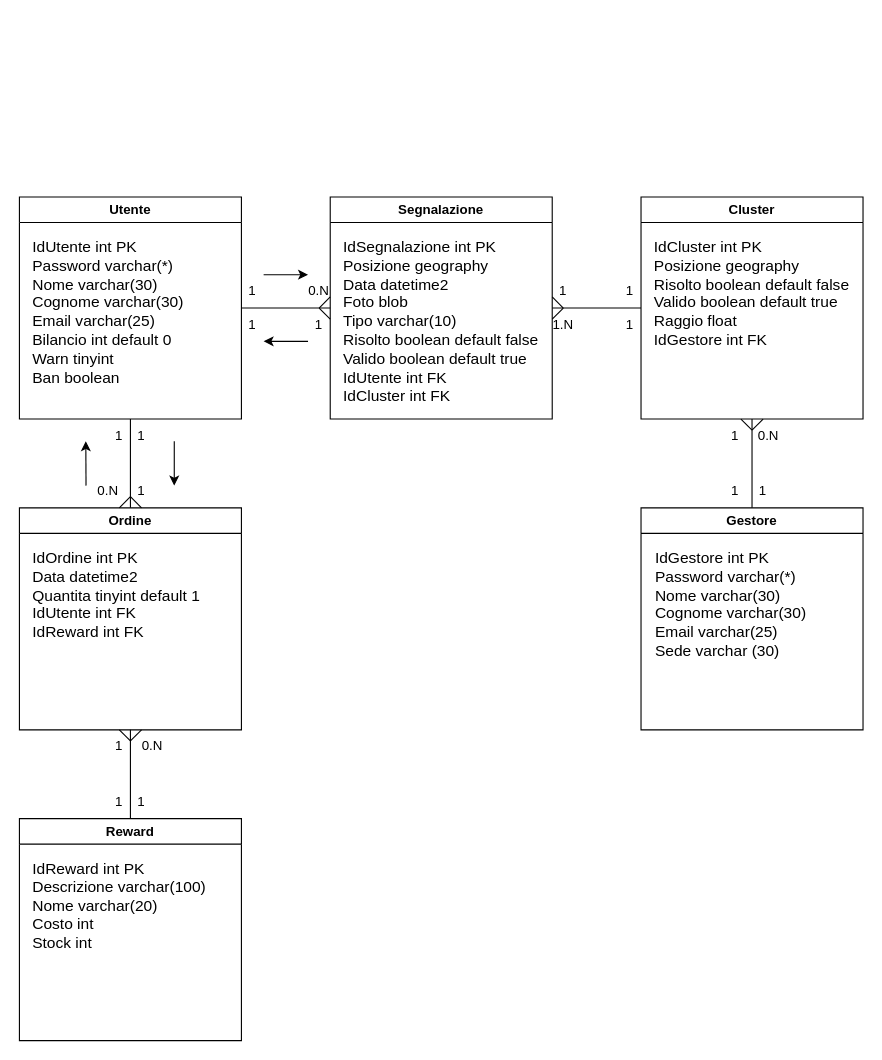
The draw.io diagram Materiale Progettazione/DiagrammaER/Modello.drawio in Gruppo-IS44/Comune-Pulito-bead80e0, before the edit. Source tidied: cells renumbered, new cells numbered last; positions are measured from the earlier drawing's top-left corner, leaving out a move shared by most shapes. Both pictures are drawn from the tidied source at 111%, with x=0, y=0 at pixel (19, 196).
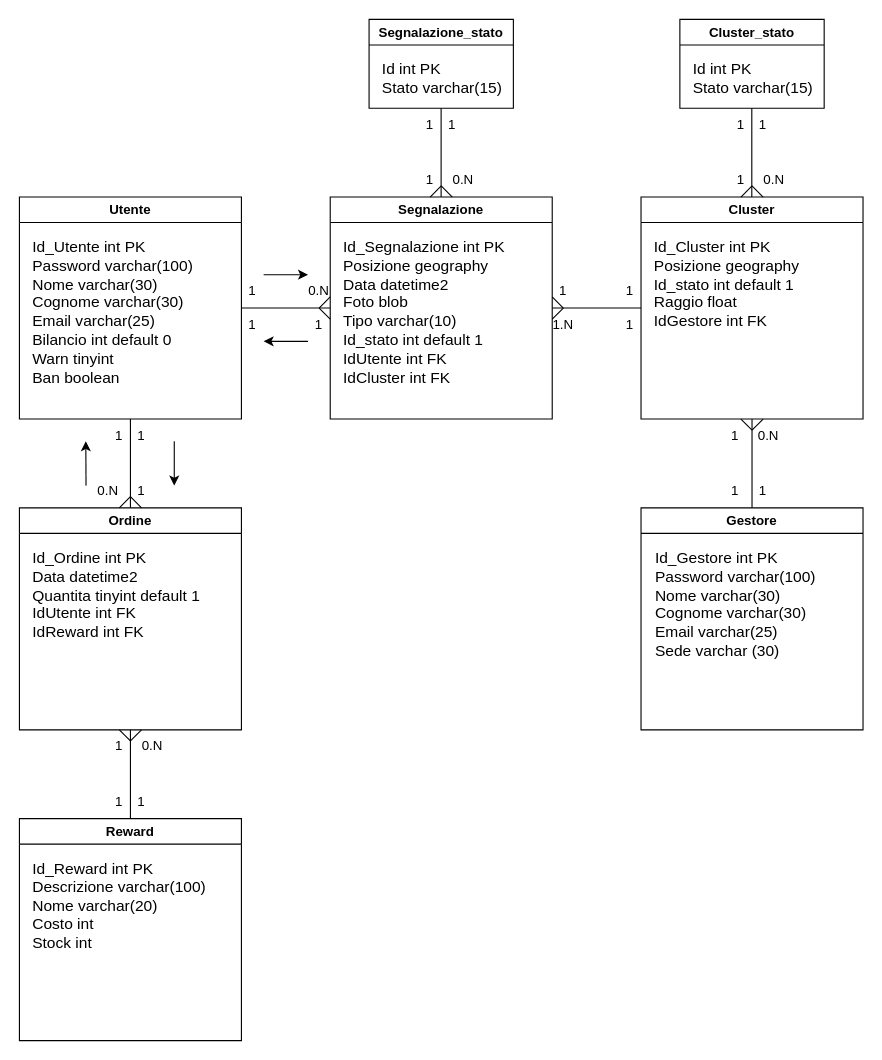
The same diagram, later.

The change refers to these unchanged cells:
```xml
<mxCell id="2" value="Utente" style="swimlane;whiteSpace=wrap;html=1;" parent="1" vertex="1">
  <mxGeometry width="200" height="200" as="geometry" />
</mxCell>
<mxCell id="4" value="Segnalazione" style="swimlane;whiteSpace=wrap;html=1;" parent="1" vertex="1">
  <mxGeometry x="280" width="200" height="200" as="geometry" />
</mxCell>
<mxCell id="6" value="Cluster" style="swimlane;whiteSpace=wrap;html=1;" parent="1" vertex="1">
  <mxGeometry x="560" width="200" height="200" as="geometry" />
</mxCell>
<mxCell id="10" value="Ordine" style="swimlane;whiteSpace=wrap;html=1;" parent="1" vertex="1">
  <mxGeometry y="280" width="200" height="200" as="geometry" />
</mxCell>
<mxCell id="12" value="Reward" style="swimlane;whiteSpace=wrap;html=1;" parent="1" vertex="1">
  <mxGeometry y="560" width="200" height="200" as="geometry" />
</mxCell>
<mxCell id="14" value="Gestore" style="swimlane;whiteSpace=wrap;html=1;" parent="1" vertex="1">
  <mxGeometry x="560" y="280" width="200" height="200" as="geometry" />
</mxCell>
```

Diff of the diagram source:
```diff
@@
-    <mxCell id="3" value="&lt;font style=&quot;font-size: 14px;&quot;&gt;IdUtente int PK&lt;br&gt;Password varchar(*)&lt;br&gt;Nome varchar(30)&lt;br&gt;Cognome varchar(30)&lt;br&gt;Email varchar(25)&lt;br&gt;Bilancio int default 0&lt;br&gt;Warn tinyint&lt;br&gt;Ban boolean&lt;br&gt;&lt;br&gt;&lt;/font&gt;" style="text;html=1;strokeColor=none;fillColor=none;align=left;verticalAlign=top;whiteSpace=wrap;rounded=0;" parent="2" vertex="1">
+    <mxCell id="3" value="&lt;font style=&quot;font-size: 14px;&quot;&gt;Id_Utente int PK&lt;br&gt;Password varchar(100)&lt;br&gt;Nome varchar(30)&lt;br&gt;Cognome varchar(30)&lt;br&gt;Email varchar(25)&lt;br&gt;Bilancio int default 0&lt;br&gt;Warn tinyint&lt;br&gt;Ban boolean&lt;br&gt;&lt;br&gt;&lt;/font&gt;" style="text;html=1;strokeColor=none;fillColor=none;align=left;verticalAlign=top;whiteSpace=wrap;rounded=0;" parent="2" vertex="1">
       <mxGeometry x="10" y="30" width="180" height="160" as="geometry" />
     </mxCell>
@@
-    <mxCell id="5" value="IdSegnalazione int PK&lt;br&gt;Posizione geography&lt;br&gt;Data datetime2&lt;br&gt;Foto blob&lt;br&gt;Tipo varchar(10)&lt;br&gt;Risolto boolean default false&lt;br&gt;Valido boolean default true&lt;br&gt;IdUtente int FK&lt;br&gt;IdCluster int FK" style="text;html=1;strokeColor=none;fillColor=none;align=left;verticalAlign=top;whiteSpace=wrap;rounded=0;fontSize=14;" parent="4" vertex="1">
+    <mxCell id="5" value="Id_Segnalazione int PK&lt;br&gt;Posizione geography&lt;br&gt;Data datetime2&lt;br&gt;Foto blob&lt;br&gt;Tipo varchar(10)&lt;br&gt;Id_stato int default 1&amp;nbsp;&lt;br&gt;IdUtente int FK&lt;br&gt;IdCluster int FK" style="text;html=1;strokeColor=none;fillColor=none;align=left;verticalAlign=top;whiteSpace=wrap;rounded=0;fontSize=14;" parent="4" vertex="1">
       <mxGeometry x="10" y="30" width="180" height="160" as="geometry" />
     </mxCell>
@@
-    <mxCell id="7" value="IdCluster int PK&lt;br&gt;Posizione geography&lt;br&gt;Risolto boolean default false&lt;br&gt;Valido boolean default true&lt;br&gt;Raggio float&lt;br&gt;IdGestore int FK" style="text;html=1;strokeColor=none;fillColor=none;align=left;verticalAlign=top;whiteSpace=wrap;rounded=0;fontSize=14;" parent="6" vertex="1">
+    <mxCell id="7" value="Id_Cluster int PK&lt;br&gt;Posizione geography&lt;br&gt;Id_stato int default 1&lt;br&gt;Raggio float&lt;br&gt;IdGestore int FK" style="text;html=1;strokeColor=none;fillColor=none;align=left;verticalAlign=top;whiteSpace=wrap;rounded=0;fontSize=14;" parent="6" vertex="1">
       <mxGeometry x="10" y="30" width="180" height="160" as="geometry" />
     </mxCell>
@@
+    <mxCell id="53" style="endArrow=none;html=1;rounded=0;" parent="6" edge="1">
+      <mxGeometry relative="1" as="geometry">
+        <mxPoint x="110" as="sourcePoint" />
+        <mxPoint x="100" y="-10" as="targetPoint" />
+      </mxGeometry>
+    </mxCell>
@@
-    <mxCell id="11" value="IdOrdine int PK&lt;br&gt;Data datetime2&lt;br&gt;Quantita tinyint default 1&lt;br&gt;IdUtente int FK&lt;br&gt;IdReward int FK" style="text;html=1;strokeColor=none;fillColor=none;align=left;verticalAlign=top;whiteSpace=wrap;rounded=0;fontSize=14;" parent="10" vertex="1">
+    <mxCell id="11" value="Id_Ordine int PK&lt;br&gt;Data datetime2&lt;br&gt;Quantita tinyint default 1&lt;br&gt;IdUtente int FK&lt;br&gt;IdReward int FK" style="text;html=1;strokeColor=none;fillColor=none;align=left;verticalAlign=top;whiteSpace=wrap;rounded=0;fontSize=14;" parent="10" vertex="1">
       <mxGeometry x="10" y="30" width="180" height="160" as="geometry" />
     </mxCell>
@@
-    <mxCell id="13" value="IdReward int PK&lt;br&gt;Descrizione varchar(100)&lt;br&gt;Nome varchar(20)&lt;br&gt;Costo int&lt;br&gt;Stock int" style="text;html=1;strokeColor=none;fillColor=none;align=left;verticalAlign=top;whiteSpace=wrap;rounded=0;fontSize=14;" parent="12" vertex="1">
+    <mxCell id="13" value="Id_Reward int PK&lt;br&gt;Descrizione varchar(100)&lt;br&gt;Nome varchar(20)&lt;br&gt;Costo int&lt;br&gt;Stock int" style="text;html=1;strokeColor=none;fillColor=none;align=left;verticalAlign=top;whiteSpace=wrap;rounded=0;fontSize=14;" parent="12" vertex="1">
       <mxGeometry x="10" y="30" width="180" height="160" as="geometry" />
     </mxCell>
@@
-    <mxCell id="15" value="IdGestore int PK&lt;br&gt;Password varchar(*)&lt;br&gt;Nome varchar(30)&lt;br&gt;Cognome varchar(30)&lt;br&gt;Email varchar(25)&lt;br&gt;Sede varchar (30)" style="text;html=1;strokeColor=none;fillColor=none;align=left;verticalAlign=top;whiteSpace=wrap;rounded=0;fontSize=14;" parent="14" vertex="1">
+    <mxCell id="15" value="Id_Gestore int PK&lt;br&gt;Password varchar(100)&lt;br&gt;Nome varchar(30)&lt;br&gt;Cognome varchar(30)&lt;br&gt;Email varchar(25)&lt;br&gt;Sede varchar (30)" style="text;html=1;strokeColor=none;fillColor=none;align=left;verticalAlign=top;whiteSpace=wrap;rounded=0;fontSize=14;" parent="14" vertex="1">
       <mxGeometry x="11" y="30" width="180" height="160" as="geometry" />
     </mxCell>
@@
+    <mxCell id="54" value="Segnalazione_stato" style="swimlane;whiteSpace=wrap;html=1;" parent="1" vertex="1">
+      <mxGeometry x="315" y="-160" width="130" height="80" as="geometry" />
+    </mxCell>
+    <mxCell id="55" value="Id int PK&lt;br&gt;Stato varchar(15)" style="text;html=1;strokeColor=none;fillColor=none;align=left;verticalAlign=top;whiteSpace=wrap;rounded=0;fontSize=14;" parent="54" vertex="1">
+      <mxGeometry x="10" y="30" width="120" height="50" as="geometry" />
+    </mxCell>
+    <mxCell id="56" style="endArrow=none;html=1;rounded=0;" parent="1" edge="1">
+      <mxGeometry relative="1" as="geometry">
+        <mxPoint x="379.9" as="sourcePoint" />
+        <mxPoint x="379.9" y="-80" as="targetPoint" />
+      </mxGeometry>
+    </mxCell>
+    <mxCell id="57" value="1" style="text;html=1;strokeColor=none;fillColor=none;align=center;verticalAlign=middle;whiteSpace=wrap;rounded=0;fontSize=12;" parent="1" vertex="1">
+      <mxGeometry x="360" y="-80" width="60" height="30" as="geometry" />
+    </mxCell>
+    <mxCell id="58" value="0.N" style="text;html=1;strokeColor=none;fillColor=none;align=center;verticalAlign=middle;whiteSpace=wrap;rounded=0;fontSize=12;" parent="1" vertex="1">
+      <mxGeometry x="370" y="-30" width="60" height="30" as="geometry" />
+    </mxCell>
+    <mxCell id="59" value="1" style="text;html=1;strokeColor=none;fillColor=none;align=center;verticalAlign=middle;whiteSpace=wrap;rounded=0;fontSize=12;" parent="1" vertex="1">
+      <mxGeometry x="340" y="-80" width="60" height="30" as="geometry" />
+    </mxCell>
+    <mxCell id="60" value="1" style="text;html=1;strokeColor=none;fillColor=none;align=center;verticalAlign=middle;whiteSpace=wrap;rounded=0;fontSize=12;" parent="1" vertex="1">
+      <mxGeometry x="340" y="-30" width="60" height="30" as="geometry" />
+    </mxCell>
+    <mxCell id="61" value="Cluster_stato" style="swimlane;whiteSpace=wrap;html=1;" parent="1" vertex="1">
+      <mxGeometry x="595" y="-160" width="130" height="80" as="geometry" />
+    </mxCell>
+    <mxCell id="62" value="Id int PK&lt;br&gt;Stato varchar(15)" style="text;html=1;strokeColor=none;fillColor=none;align=left;verticalAlign=top;whiteSpace=wrap;rounded=0;fontSize=14;" parent="61" vertex="1">
+      <mxGeometry x="10" y="30" width="120" height="50" as="geometry" />
+    </mxCell>
+    <mxCell id="63" style="endArrow=none;html=1;rounded=0;" parent="1" edge="1">
+      <mxGeometry relative="1" as="geometry">
+        <mxPoint x="659.8" as="sourcePoint" />
+        <mxPoint x="659.8" y="-80" as="targetPoint" />
+      </mxGeometry>
+    </mxCell>
+    <mxCell id="64" value="1" style="text;html=1;strokeColor=none;fillColor=none;align=center;verticalAlign=middle;whiteSpace=wrap;rounded=0;fontSize=12;" parent="1" vertex="1">
+      <mxGeometry x="640" y="-80" width="60" height="30" as="geometry" />
+    </mxCell>
+    <mxCell id="65" value="0.N" style="text;html=1;strokeColor=none;fillColor=none;align=center;verticalAlign=middle;whiteSpace=wrap;rounded=0;fontSize=12;" parent="1" vertex="1">
+      <mxGeometry x="650" y="-30" width="60" height="30" as="geometry" />
+    </mxCell>
+    <mxCell id="66" value="1" style="text;html=1;strokeColor=none;fillColor=none;align=center;verticalAlign=middle;whiteSpace=wrap;rounded=0;fontSize=12;" parent="1" vertex="1">
+      <mxGeometry x="620" y="-80" width="60" height="30" as="geometry" />
+    </mxCell>
+    <mxCell id="67" value="1" style="text;html=1;strokeColor=none;fillColor=none;align=center;verticalAlign=middle;whiteSpace=wrap;rounded=0;fontSize=12;" parent="1" vertex="1">
+      <mxGeometry x="620" y="-30" width="60" height="30" as="geometry" />
+    </mxCell>
+    <mxCell id="68" style="endArrow=none;html=1;rounded=0;" parent="1" edge="1">
+      <mxGeometry relative="1" as="geometry">
+        <mxPoint x="650" as="sourcePoint" />
+        <mxPoint x="660" y="-10" as="targetPoint" />
+      </mxGeometry>
+    </mxCell>
+    <mxCell id="69" style="endArrow=none;html=1;rounded=0;" parent="1" edge="1">
+      <mxGeometry relative="1" as="geometry">
+        <mxPoint x="370" as="sourcePoint" />
+        <mxPoint x="380" y="-10" as="targetPoint" />
+      </mxGeometry>
+    </mxCell>
+    <mxCell id="70" style="endArrow=none;html=1;rounded=0;" parent="1" edge="1">
+      <mxGeometry relative="1" as="geometry">
+        <mxPoint x="390" as="sourcePoint" />
+        <mxPoint x="380" y="-10" as="targetPoint" />
+      </mxGeometry>
+    </mxCell>
```
